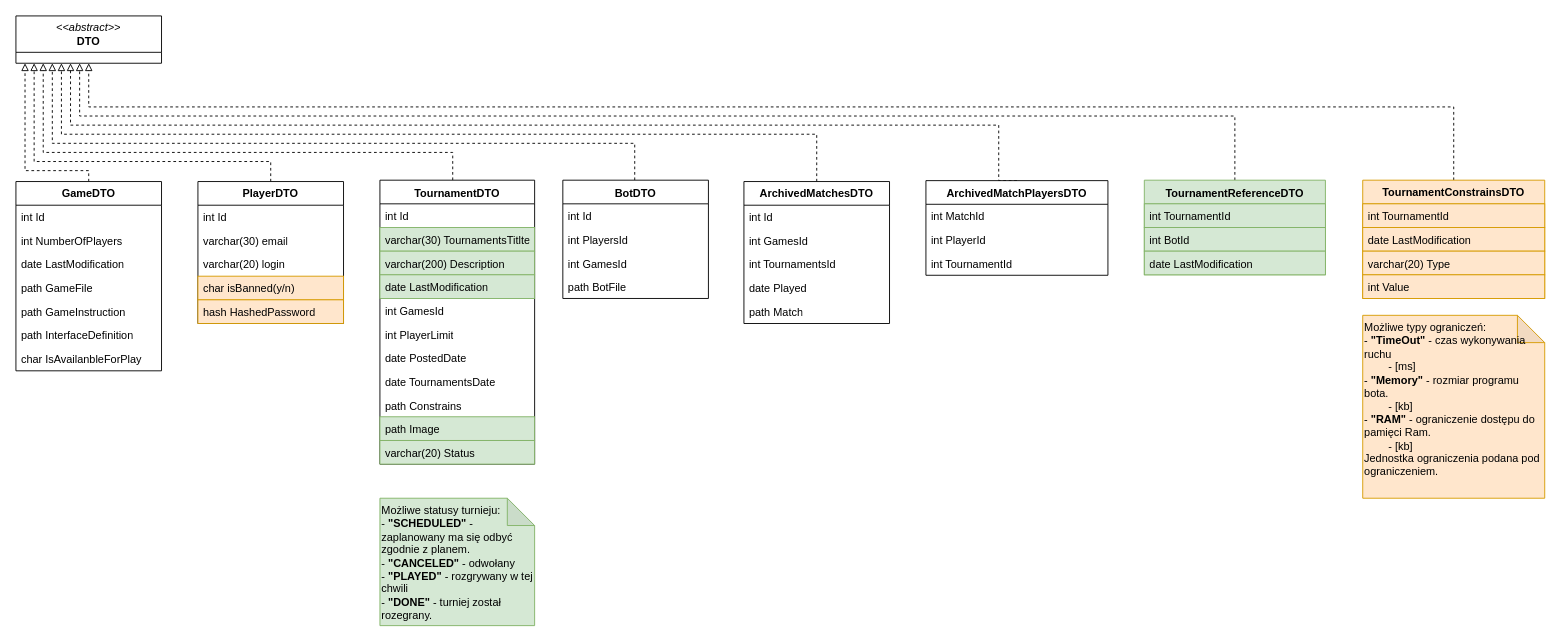
jordus100/Bot-Wars-front keeps this draw.io diagram as page "Plan Bazy Danych" (2 of 5) of docs/System Architecture.drawio. Above is the earlier version. Source tidied: cells renumbered, new cells numbered last; positions are measured from the earlier drawing's top-left corner, leaving out a move shared by most shapes. Both pictures are drawn from the tidied source at 91%, with x=0, y=0 at pixel (15, 15).
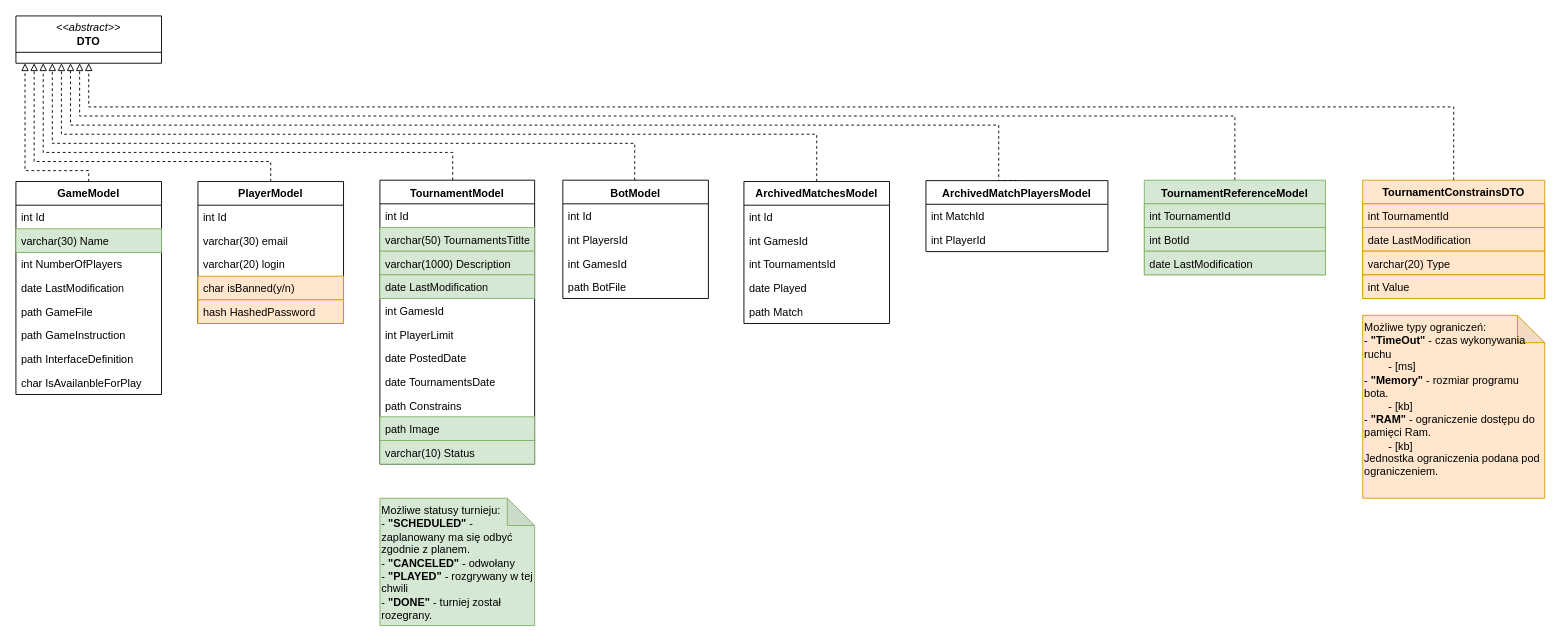
Above is the later version.

Diff of the diagram source:
```diff
@@
-    <mxCell id="4" value="GameDTO" style="swimlane;fontStyle=1;align=center;verticalAlign=top;horizontal=1;startSize=26;whiteSpace=wrap;html=1;" parent="1" vertex="1">
-      <mxGeometry y="182" width="160" height="208" as="geometry" />
+    <mxCell id="4" value="GameModel" style="swimlane;fontStyle=1;align=center;verticalAlign=top;horizontal=1;startSize=26;whiteSpace=wrap;html=1;" parent="1" vertex="1">
+      <mxGeometry y="182" width="160" height="234" as="geometry" />
     </mxCell>
@@
+    <mxCell id="63" value="varchar(30) Name" style="text;strokeColor=#82b366;fillColor=#d5e8d4;align=left;verticalAlign=top;spacingLeft=4;spacingRight=4;overflow=hidden;whiteSpace=wrap;html=1;" parent="4" vertex="1">
+      <mxGeometry y="52" width="160" height="26" as="geometry" />
+    </mxCell>
     <mxCell id="6" value="int NumberOfPlayers" style="text;strokeColor=none;fillColor=none;align=left;verticalAlign=top;spacingLeft=4;spacingRight=4;overflow=hidden;whiteSpace=wrap;html=1;" parent="4" vertex="1">
-      <mxGeometry y="52" width="160" height="26" as="geometry" />
+      <mxGeometry y="78" width="160" height="26" as="geometry" />
     </mxCell>
     <mxCell id="7" value="date LastModification" style="text;strokeColor=none;fillColor=none;align=left;verticalAlign=top;spacingLeft=4;spacingRight=4;overflow=hidden;whiteSpace=wrap;html=1;" parent="4" vertex="1">
-      <mxGeometry y="78" width="160" height="26" as="geometry" />
+      <mxGeometry y="104" width="160" height="26" as="geometry" />
     </mxCell>
     <mxCell id="8" value="path GameFile" style="text;strokeColor=none;fillColor=none;align=left;verticalAlign=top;spacingLeft=4;spacingRight=4;overflow=hidden;whiteSpace=wrap;html=1;" parent="4" vertex="1">
-      <mxGeometry y="104" width="160" height="26" as="geometry" />
+      <mxGeometry y="130" width="160" height="26" as="geometry" />
     </mxCell>
     <mxCell id="9" value="path&amp;nbsp;GameInstruction" style="text;strokeColor=none;fillColor=none;align=left;verticalAlign=top;spacingLeft=4;spacingRight=4;overflow=hidden;whiteSpace=wrap;html=1;" parent="4" vertex="1">
-      <mxGeometry y="130" width="160" height="26" as="geometry" />
+      <mxGeometry y="156" width="160" height="26" as="geometry" />
     </mxCell>
     <mxCell id="10" value="path&amp;nbsp;InterfaceDefinition" style="text;strokeColor=none;fillColor=none;align=left;verticalAlign=top;spacingLeft=4;spacingRight=4;overflow=hidden;whiteSpace=wrap;html=1;" parent="4" vertex="1">
-      <mxGeometry y="156" width="160" height="26" as="geometry" />
+      <mxGeometry y="182" width="160" height="26" as="geometry" />
     </mxCell>
     <mxCell id="11" value="char IsAvailanbleForPlay" style="text;strokeColor=none;fillColor=none;align=left;verticalAlign=top;spacingLeft=4;spacingRight=4;overflow=hidden;whiteSpace=wrap;html=1;" parent="4" vertex="1">
-      <mxGeometry y="182" width="160" height="26" as="geometry" />
+      <mxGeometry y="208" width="160" height="26" as="geometry" />
     </mxCell>
@@
-    <mxCell id="14" value="TournamentDTO" style="swimlane;fontStyle=1;align=center;verticalAlign=top;horizontal=1;startSize=26;whiteSpace=wrap;html=1;" parent="1" vertex="1">
+    <mxCell id="14" value="TournamentModel" style="swimlane;fontStyle=1;align=center;verticalAlign=top;horizontal=1;startSize=26;whiteSpace=wrap;html=1;" parent="1" vertex="1">
       <mxGeometry x="400" y="180.5" width="170" height="312" as="geometry" />
     </mxCell>
@@
-    <mxCell id="16" value="varchar(30) TournamentsTitlte" style="text;strokeColor=#82b366;fillColor=#d5e8d4;align=left;verticalAlign=top;spacingLeft=4;spacingRight=4;overflow=hidden;whiteSpace=wrap;html=1;" parent="14" vertex="1">
+    <mxCell id="16" value="varchar(50) TournamentsTitlte" style="text;strokeColor=#82b366;fillColor=#d5e8d4;align=left;verticalAlign=top;spacingLeft=4;spacingRight=4;overflow=hidden;whiteSpace=wrap;html=1;" parent="14" vertex="1">
       <mxGeometry y="52" width="170" height="26" as="geometry" />
     </mxCell>
-    <mxCell id="17" value="varchar(200) Description" style="text;strokeColor=#82b366;fillColor=#d5e8d4;align=left;verticalAlign=top;spacingLeft=4;spacingRight=4;overflow=hidden;whiteSpace=wrap;html=1;" parent="14" vertex="1">
+    <mxCell id="17" value="varchar(1000) Description" style="text;strokeColor=#82b366;fillColor=#d5e8d4;align=left;verticalAlign=top;spacingLeft=4;spacingRight=4;overflow=hidden;whiteSpace=wrap;html=1;" parent="14" vertex="1">
       <mxGeometry y="78" width="170" height="26" as="geometry" />
     </mxCell>
@@
-    <mxCell id="25" value="varchar(20) Status" style="text;strokeColor=#82b366;fillColor=#d5e8d4;align=left;verticalAlign=top;spacingLeft=4;spacingRight=4;overflow=hidden;whiteSpace=wrap;html=1;" parent="14" vertex="1">
+    <mxCell id="25" value="varchar(10) Status" style="text;strokeColor=#82b366;fillColor=#d5e8d4;align=left;verticalAlign=top;spacingLeft=4;spacingRight=4;overflow=hidden;whiteSpace=wrap;html=1;" parent="14" vertex="1">
       <mxGeometry y="286" width="170" height="26" as="geometry" />
     </mxCell>
@@
-    <mxCell id="27" value="BotDTO" style="swimlane;fontStyle=1;align=center;verticalAlign=top;horizontal=1;startSize=26;whiteSpace=wrap;html=1;" parent="1" vertex="1">
+    <mxCell id="27" value="BotModel" style="swimlane;fontStyle=1;align=center;verticalAlign=top;horizontal=1;startSize=26;whiteSpace=wrap;html=1;" parent="1" vertex="1">
       <mxGeometry x="601" y="180.5" width="160" height="130" as="geometry" />
     </mxCell>
@@
-    <mxCell id="33" value="ArchivedMatchesDTO" style="swimlane;fontStyle=1;align=center;verticalAlign=top;horizontal=1;startSize=26;whiteSpace=wrap;html=1;" parent="1" vertex="1">
+    <mxCell id="33" value="ArchivedMatchesModel" style="swimlane;fontStyle=1;align=center;verticalAlign=top;horizontal=1;startSize=26;whiteSpace=wrap;html=1;" parent="1" vertex="1">
       <mxGeometry x="800" y="182" width="160" height="156" as="geometry" />
     </mxCell>
@@
-    <mxCell id="39" value="PlayerDTO" style="swimlane;fontStyle=1;align=center;verticalAlign=top;horizontal=1;startSize=26;whiteSpace=wrap;html=1;" parent="1" vertex="1">
+    <mxCell id="39" value="PlayerModel" style="swimlane;fontStyle=1;align=center;verticalAlign=top;horizontal=1;startSize=26;whiteSpace=wrap;html=1;" parent="1" vertex="1">
       <mxGeometry x="200" y="182" width="160" height="156" as="geometry" />
     </mxCell>
@@
-    <mxCell id="46" value="ArchivedMatchPlayersDTO" style="swimlane;fontStyle=1;align=center;verticalAlign=top;horizontal=1;startSize=26;whiteSpace=wrap;html=1;" parent="1" vertex="1">
-      <mxGeometry x="1000" y="181" width="200" height="104" as="geometry" />
+    <mxCell id="46" value="ArchivedMatchPlayersModel" style="swimlane;fontStyle=1;align=center;verticalAlign=top;horizontal=1;startSize=26;whiteSpace=wrap;html=1;" parent="1" vertex="1">
+      <mxGeometry x="1000" y="181" width="200" height="78" as="geometry" />
     </mxCell>
@@
-    <mxCell id="49" value="int TournamentId" style="text;strokeColor=none;fillColor=none;align=left;verticalAlign=top;spacingLeft=4;spacingRight=4;overflow=hidden;whiteSpace=wrap;html=1;" parent="46" vertex="1">
-      <mxGeometry y="78" width="200" height="26" as="geometry" />
-    </mxCell>
@@
-    <mxCell id="51" value="TournamentReferenceDTO" style="swimlane;fontStyle=1;align=center;verticalAlign=top;horizontal=1;startSize=26;whiteSpace=wrap;html=1;fillColor=#d5e8d4;strokeColor=#82b366;" parent="1" vertex="1">
+    <mxCell id="51" value="TournamentReferenceModel" style="swimlane;fontStyle=1;align=center;verticalAlign=top;horizontal=1;startSize=26;whiteSpace=wrap;html=1;fillColor=#d5e8d4;strokeColor=#82b366;" parent="1" vertex="1">
       <mxGeometry x="1240" y="180.5" width="199" height="104" as="geometry" />
     </mxCell>
```
